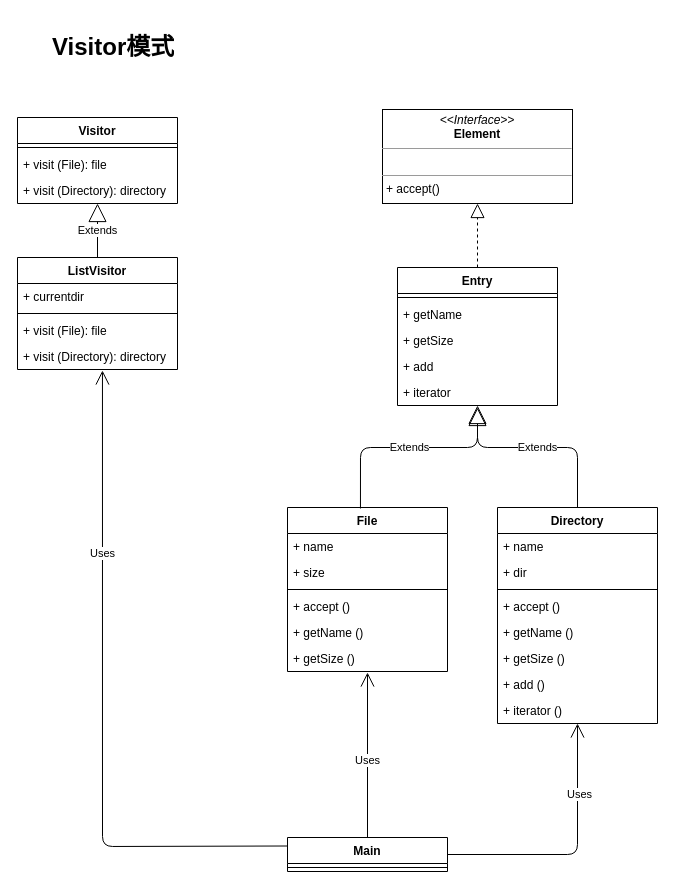
mozhou-tech/java-in-depth keeps this draw.io diagram as patterns/src/main/java/com/tenstone/leet/patterns/action/visitor/visitor.drawio. Above is the earlier version. Source tidied: cells renumbered, new cells numbered last; positions are measured from the earlier drawing's top-left corner, leaving out a move shared by most shapes. Both pictures are drawn from the tidied source at 100%, with x=0, y=0 at pixel (17, 27).
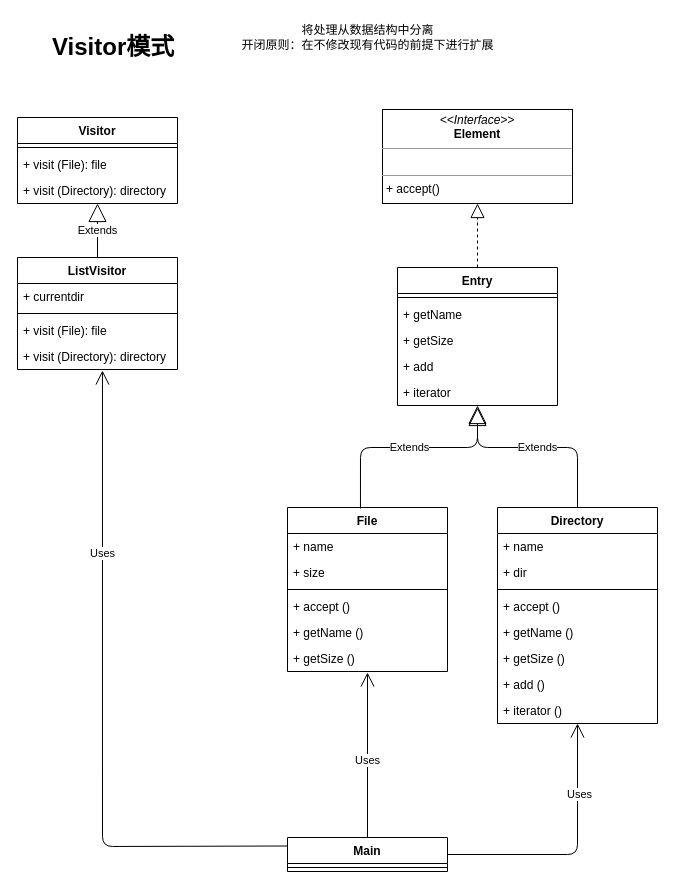
Above is the later version.

Commit message (it also covers changes not shown here):
visitor pattern

The edit, as a diff of the source:
```diff
@@
+    <mxCell id="47" value="将处理从数据结构中分离&lt;br&gt;开闭原则：在不修改现有代码的前提下进行扩展" style="text;html=1;align=center;verticalAlign=middle;strokeColor=none;" parent="1" vertex="1">
+      <mxGeometry x="215" y="-5" width="270" height="30" as="geometry" />
+    </mxCell>
```
